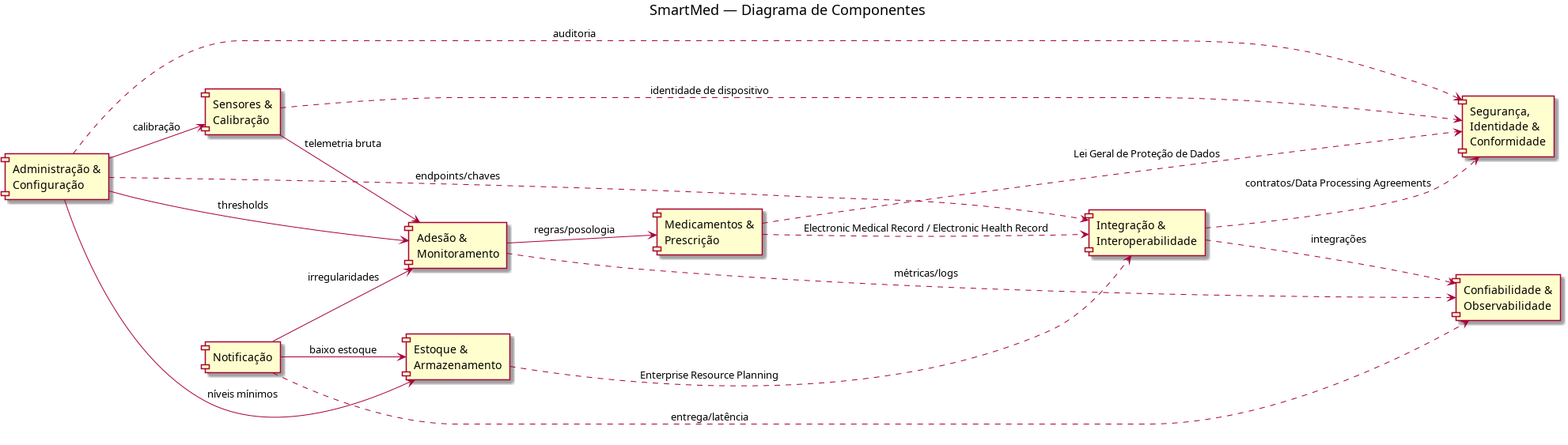
Earlier version of the PlantUML export DescricaoAtividadesRealizadas/AvaliacaoDiretrizes/Sistema4-SmartMed/out/componentes-smartmed.png (carloshenriquehannas/TCC). Its source is kept beside it as DescricaoAtividadesRealizadas/AvaliacaoDiretrizes/Sistema4-SmartMed/componentes-SmartMed.puml. The source it was exported from:
```plantuml
@startuml componentes2-smartmed
title SmartMed — Diagrama de Componentes

left to right direction

component "Notificação"                                   as C_Notificacao
component "Adesão &\n Monitoramento"                       as C_AdesaoMonitoramento
component "Medicamentos & \nPrescrição"                    as C_MedicamentosPrescricao
component "Estoque &\n Armazenamento"                      as C_EstoqueArmazenamento
component "Administração & \nConfiguração"                 as C_AdminConfiguracao
component "Sensores & \nCalibração"                        as C_SensoresCalibracao
component "Segurança, \nIdentidade & \nConformidade"         as C_SegurancaIdentidadeConformidade
component "Integração & \nInteroperabilidade"              as C_IntegracaoInteroperabilidade
component "Confiabilidade &\n Observabilidade" as C_ConfiabilidadeObservabilidade


C_SensoresCalibracao        --> C_AdesaoMonitoramento           : telemetria bruta
C_AdesaoMonitoramento       --> C_MedicamentosPrescricao        : regras/posologia
C_Notificacao               --> C_AdesaoMonitoramento           : irregularidades
C_Notificacao               --> C_EstoqueArmazenamento          : baixo estoque

C_AdminConfiguracao         --> C_AdesaoMonitoramento           : thresholds
C_AdminConfiguracao         --> C_EstoqueArmazenamento          : níveis mínimos
C_AdminConfiguracao         --> C_SensoresCalibracao            : calibração

C_MedicamentosPrescricao    ..> C_IntegracaoInteroperabilidade  : Electronic Medical Record / Electronic Health Record
C_EstoqueArmazenamento      ..> C_IntegracaoInteroperabilidade  : Enterprise Resource Planning
C_AdminConfiguracao         ..> C_IntegracaoInteroperabilidade  : endpoints/chaves

C_MedicamentosPrescricao    ..> C_SegurancaIdentidadeConformidade : Lei Geral de Proteção de Dados
C_SensoresCalibracao        ..> C_SegurancaIdentidadeConformidade : identidade de dispositivo
C_IntegracaoInteroperabilidade ..> C_SegurancaIdentidadeConformidade : contratos/Data Processing Agreements
C_AdminConfiguracao         ..> C_SegurancaIdentidadeConformidade : auditoria

C_AdesaoMonitoramento       ..> C_ConfiabilidadeObservabilidade : métricas/logs
C_Notificacao               ..> C_ConfiabilidadeObservabilidade : entrega/latência
C_IntegracaoInteroperabilidade ..> C_ConfiabilidadeObservabilidade : integrações

@enduml
```
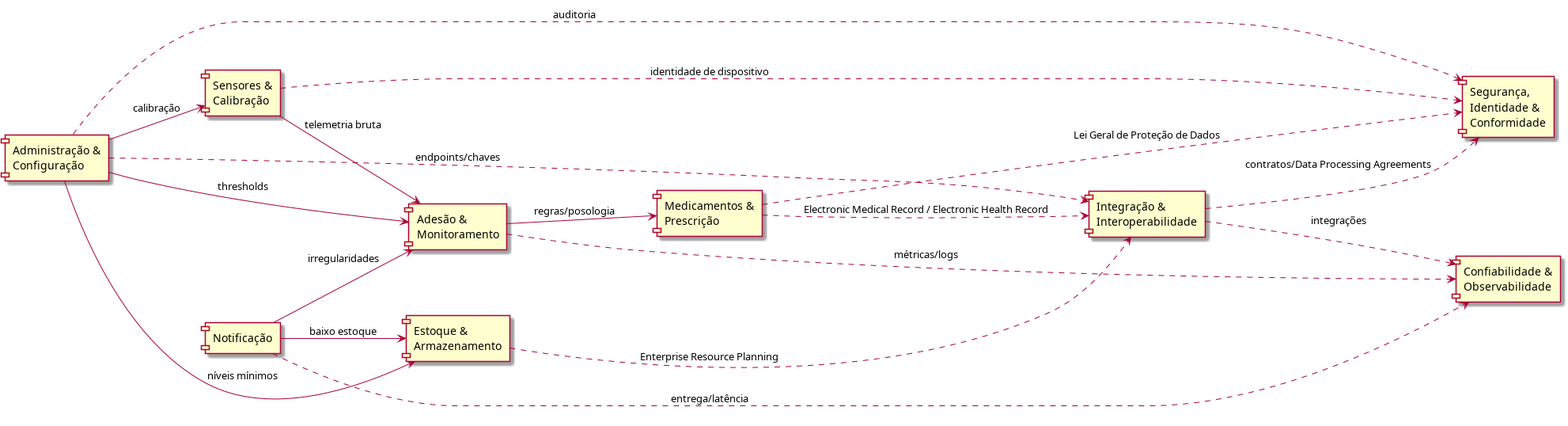
After the change.

Diff of the diagram source:
```diff
@@ -1,5 +1,4 @@
-@startuml componentes2-smartmed
-title SmartMed — Diagrama de Componentes
+@startuml componentes-smartmed
 
 left to right direction
 
```
